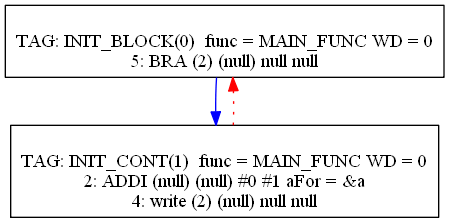
Before: Compiler/5graph.png, a diagram exported from Graphviz (mbajaj92/Project-Astoria). Its source is kept beside it as Compiler/5graph.dot. Its diagram source:
```dot
digraph {
0[label="
TAG: INIT_BLOCK(0)  func = MAIN_FUNC WD = 0
5: BRA (2) (null) null null
"];
0[shape=box];
0 -> 1[color=blue]
1[label="
TAG: INIT_CONT(1)  func = MAIN_FUNC WD = 0
2: ADDI (null) (null) #0 #1 aFor = &a
4: write (2) (null) null null
"];
1[shape=box];
1 -> 0[color=red][style=dotted]
}
```
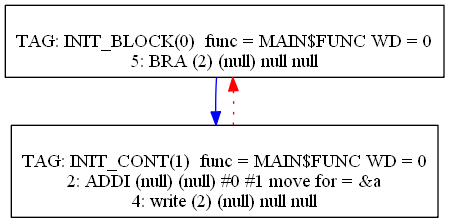
Later version of the same file.

Diff of the diagram source:
```diff
@@ -1,13 +1,13 @@
 digraph {
 0[label="
-TAG: INIT_BLOCK(0)  func = MAIN_FUNC WD = 0
+TAG: INIT_BLOCK(0)  func = MAIN$FUNC WD = 0
 5: BRA (2) (null) null null
 "];
 0[shape=box];
 0 -> 1[color=blue]
 1[label="
-TAG: INIT_CONT(1)  func = MAIN_FUNC WD = 0
-2: ADDI (null) (null) #0 #1 aFor = &a
+TAG: INIT_CONT(1)  func = MAIN$FUNC WD = 0
+2: ADDI (null) (null) #0 #1 move for = &a
 4: write (2) (null) null null
 "];
 1[shape=box];
```
